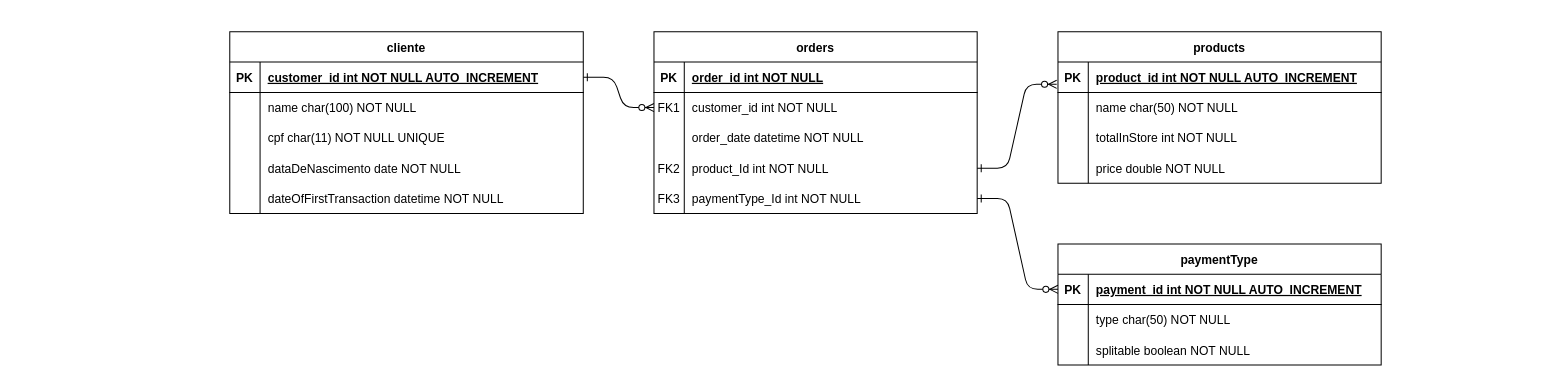
The draw.io diagram Untitled Diagram.drawio in wallysonruan/own-ecommerce, before the edit. Source tidied: cells renumbered, new cells numbered last; positions are measured from the earlier drawing's top-left corner, leaving out a move shared by most shapes. Both pictures are drawn from the tidied source at 101%, with x=0, y=0 at pixel (229, 31).
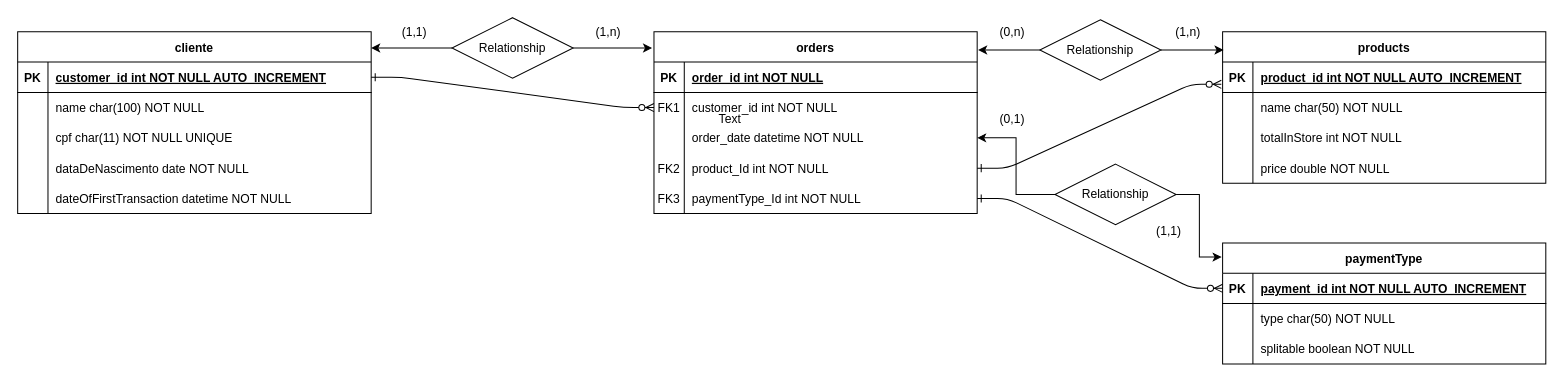
The same diagram, later.

Unchanged cells that the change refers to:
```xml
<mxCell id="3" value="orders" style="shape=table;startSize=30;childLayout=tableLayout;rowLines=0;fontStyle=1;align=center;" parent="1" vertex="1">
  <mxGeometry x="420" width="320" height="180" as="geometry" />
</mxCell>
<mxCell id="10" style="shape=partialRectangle;fillColor=none;points=[[0,0.5],[1,0.5]];portConstraint=eastwest;top=0;left=0;right=0;bottom=0;" parent="3" vertex="1">
  <mxGeometry y="90" width="320" height="30" as="geometry" />
</mxCell>
```

Change to the diagram source:
```diff
@@
     <mxCell id="19" value="products" style="shape=table;startSize=30;childLayout=tableLayout;rowLines=0;fontStyle=1;align=center;" parent="1" vertex="1">
-      <mxGeometry x="820" width="320" height="150" as="geometry" />
+      <mxGeometry x="983" width="320" height="150" as="geometry" />
     </mxCell>
@@
     <mxCell id="32" value="cliente" style="shape=table;startSize=30;childLayout=tableLayout;rowLines=0;fontStyle=1;align=center;" parent="1" vertex="1">
-      <mxGeometry width="350" height="180" as="geometry" />
+      <mxGeometry x="-210" width="350" height="180" as="geometry" />
     </mxCell>
@@
     <mxCell id="49" value="paymentType" style="shape=table;startSize=30;childLayout=tableLayout;rowLines=0;fontStyle=1;align=center;" parent="1" vertex="1">
-      <mxGeometry x="820" y="210" width="320" height="120" as="geometry" />
+      <mxGeometry x="983" y="209" width="320" height="120" as="geometry" />
     </mxCell>
@@
+    <mxCell id="60" style="edgeStyle=orthogonalEdgeStyle;rounded=0;jettySize=auto;html=1;exitX=1;exitY=0.5;exitDx=0;exitDy=0;entryX=-0.006;entryY=0.089;entryDx=0;entryDy=0;entryPerimeter=0;" parent="1" edge="1" source="62" target="3">
+      <mxGeometry relative="1" as="geometry" />
+    </mxCell>
+    <mxCell id="61" style="edgeStyle=orthogonalEdgeStyle;rounded=0;jettySize=auto;html=1;exitX=0;exitY=0.5;exitDx=0;exitDy=0;entryX=1;entryY=0.089;entryDx=0;entryDy=0;entryPerimeter=0;" parent="1" edge="1" source="62" target="32">
+      <mxGeometry relative="1" as="geometry" />
+    </mxCell>
+    <mxCell id="62" value="Relationship" style="shape=rhombus;perimeter=rhombusPerimeter;whiteSpace=wrap;html=1;align=center;" parent="1" vertex="1">
+      <mxGeometry x="220" y="-14" width="120" height="60" as="geometry" />
+    </mxCell>
+    <mxCell id="63" style="edgeStyle=orthogonalEdgeStyle;rounded=0;jettySize=auto;html=1;exitX=1;exitY=0.5;exitDx=0;exitDy=0;entryX=0.003;entryY=0.12;entryDx=0;entryDy=0;entryPerimeter=0;" parent="1" edge="1" source="65" target="19">
+      <mxGeometry relative="1" as="geometry" />
+    </mxCell>
+    <mxCell id="64" style="edgeStyle=orthogonalEdgeStyle;rounded=0;jettySize=auto;html=1;exitX=0;exitY=0.5;exitDx=0;exitDy=0;entryX=1.003;entryY=0.1;entryDx=0;entryDy=0;entryPerimeter=0;" parent="1" edge="1" source="65" target="3">
+      <mxGeometry relative="1" as="geometry" />
+    </mxCell>
+    <mxCell id="65" value="Relationship" style="shape=rhombus;perimeter=rhombusPerimeter;whiteSpace=wrap;html=1;align=center;" parent="1" vertex="1">
+      <mxGeometry x="802" y="-12" width="120" height="60" as="geometry" />
+    </mxCell>
+    <mxCell id="66" style="edgeStyle=orthogonalEdgeStyle;rounded=0;jettySize=auto;html=1;exitX=0;exitY=0.5;exitDx=0;exitDy=0;entryX=1;entryY=0.5;entryDx=0;entryDy=0;" parent="1" edge="1" source="68" target="10">
+      <mxGeometry relative="1" as="geometry" />
+    </mxCell>
+    <mxCell id="67" style="edgeStyle=orthogonalEdgeStyle;rounded=0;jettySize=auto;html=1;exitX=1;exitY=0.5;exitDx=0;exitDy=0;entryX=-0.003;entryY=0.117;entryDx=0;entryDy=0;entryPerimeter=0;" parent="1" edge="1" source="68" target="49">
+      <mxGeometry relative="1" as="geometry" />
+    </mxCell>
+    <mxCell id="68" value="Relationship" style="shape=rhombus;perimeter=rhombusPerimeter;whiteSpace=wrap;html=1;align=center;" parent="1" vertex="1">
+      <mxGeometry x="817" y="131" width="120" height="60" as="geometry" />
+    </mxCell>
+    <mxCell id="69" value="Text" style="text;html=1;align=center;verticalAlign=middle;fillColor=none;strokeColor=none;rounded=0;" parent="1" vertex="1">
+      <mxGeometry x="475" y="77" width="40" height="20" as="geometry" />
+    </mxCell>
+    <mxCell id="70" value="(1,1)" style="text;html=1;strokeColor=none;fillColor=none;align=center;verticalAlign=middle;whiteSpace=wrap;rounded=0;" parent="1" vertex="1">
+      <mxGeometry x="153" y="-14" width="60" height="30" as="geometry" />
+    </mxCell>
+    <mxCell id="71" value="(1,n)" style="text;html=1;strokeColor=none;fillColor=none;align=center;verticalAlign=middle;whiteSpace=wrap;rounded=0;" parent="1" vertex="1">
+      <mxGeometry x="345" y="-14" width="60" height="30" as="geometry" />
+    </mxCell>
+    <mxCell id="72" value="(0,n)" style="text;html=1;strokeColor=none;fillColor=none;align=center;verticalAlign=middle;whiteSpace=wrap;rounded=0;" parent="1" vertex="1">
+      <mxGeometry x="745" y="-14" width="60" height="30" as="geometry" />
+    </mxCell>
+    <mxCell id="73" value="(1,n)" style="text;html=1;strokeColor=none;fillColor=none;align=center;verticalAlign=middle;whiteSpace=wrap;rounded=0;" parent="1" vertex="1">
+      <mxGeometry x="919" y="-14" width="60" height="30" as="geometry" />
+    </mxCell>
+    <mxCell id="74" value="(0,1)" style="text;html=1;strokeColor=none;fillColor=none;align=center;verticalAlign=middle;whiteSpace=wrap;rounded=0;" parent="1" vertex="1">
+      <mxGeometry x="745" y="72" width="60" height="30" as="geometry" />
+    </mxCell>
+    <mxCell id="75" value="(1,1)" style="text;html=1;strokeColor=none;fillColor=none;align=center;verticalAlign=middle;whiteSpace=wrap;rounded=0;" parent="1" vertex="1">
+      <mxGeometry x="900" y="183" width="60" height="30" as="geometry" />
+    </mxCell>
```
